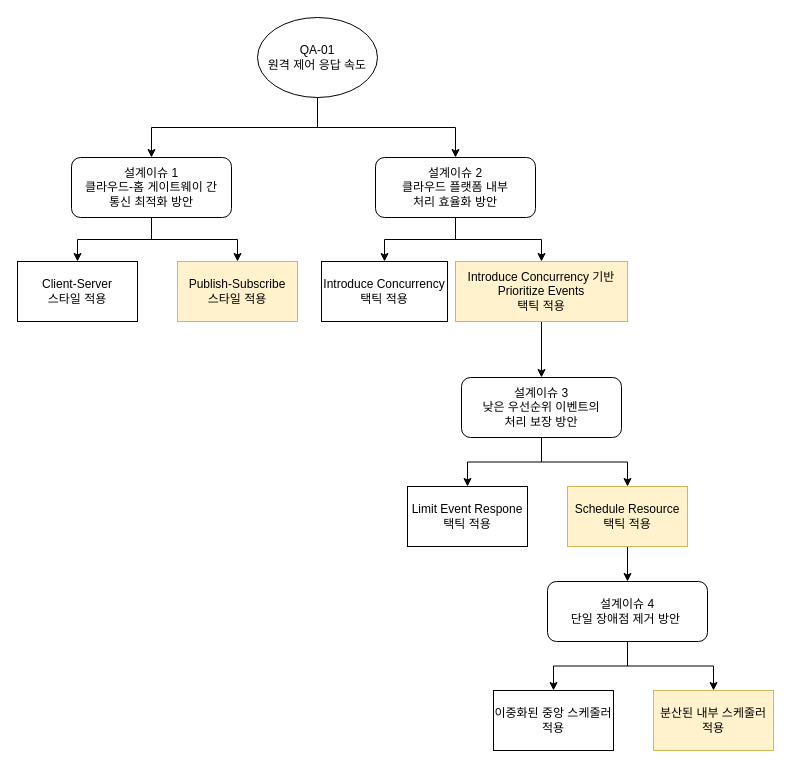
Before: page "DD-01" (1 of 4) of QualityDrivenArchitecturalDesign.drawio in GeniusHoon/AssociateArchitect, a draw.io diagram. Source tidied: cells renumbered, new cells numbered last; positions are measured from the earlier drawing's top-left corner, leaving out a move shared by most shapes. Both pictures are drawn from the tidied source at 100%, with x=0, y=0 at pixel (17, 17).
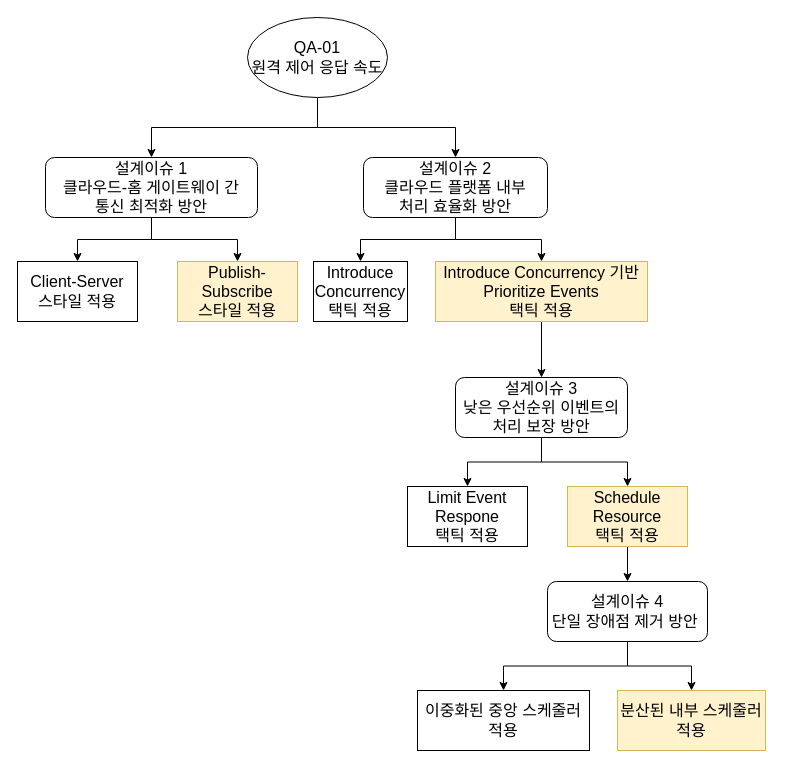
After the change.

The edit, as a diff of the source:
```diff
@@
-    <mxCell id="2" style="edgeStyle=orthogonalEdgeStyle;rounded=0;jettySize=auto;html=1;exitX=0.5;exitY=1;exitDx=0;exitDy=0;" parent="1" edge="1" source="4" target="7">
+    <mxCell id="2" style="edgeStyle=orthogonalEdgeStyle;rounded=0;jettySize=auto;html=1;exitX=0.5;exitY=1;exitDx=0;exitDy=0;fontSize=16;" parent="1" edge="1" source="4" target="7">
       <mxGeometry relative="1" as="geometry" />
     </mxCell>
-    <mxCell id="3" style="edgeStyle=orthogonalEdgeStyle;rounded=0;jettySize=auto;html=1;exitX=0.5;exitY=1;exitDx=0;exitDy=0;" parent="1" edge="1" source="4" target="12">
+    <mxCell id="3" style="edgeStyle=orthogonalEdgeStyle;rounded=0;jettySize=auto;html=1;exitX=0.5;exitY=1;exitDx=0;exitDy=0;fontSize=16;" parent="1" edge="1" source="4" target="12">
       <mxGeometry relative="1" as="geometry" />
     </mxCell>
-    <mxCell id="4" value="QA-01&lt;div&gt;원격 제어 응답 속도&lt;/div&gt;" style="ellipse;whiteSpace=wrap;html=1;align=center;verticalAlign=middle;" parent="1" vertex="1">
-      <mxGeometry x="240" width="120" height="80" as="geometry" />
+    <mxCell id="4" value="QA-01&lt;div&gt;원격 제어 응답 속도&lt;/div&gt;" style="ellipse;whiteSpace=wrap;html=1;align=center;verticalAlign=middle;fontSize=16;" parent="1" vertex="1">
+      <mxGeometry x="230" width="140" height="80" as="geometry" />
     </mxCell>
-    <mxCell id="5" style="edgeStyle=orthogonalEdgeStyle;rounded=0;jettySize=auto;html=1;exitX=0.5;exitY=1;exitDx=0;exitDy=0;entryX=0.5;entryY=0;entryDx=0;entryDy=0;" parent="1" edge="1" source="7" target="8">
+    <mxCell id="5" style="edgeStyle=orthogonalEdgeStyle;rounded=0;jettySize=auto;html=1;exitX=0.5;exitY=1;exitDx=0;exitDy=0;entryX=0.5;entryY=0;entryDx=0;entryDy=0;fontSize=16;" parent="1" edge="1" source="7" target="8">
       <mxGeometry relative="1" as="geometry" />
     </mxCell>
-    <mxCell id="6" style="edgeStyle=orthogonalEdgeStyle;rounded=0;jettySize=auto;html=1;exitX=0.5;exitY=1;exitDx=0;exitDy=0;entryX=0.5;entryY=0;entryDx=0;entryDy=0;" parent="1" edge="1" source="7" target="9">
+    <mxCell id="6" style="edgeStyle=orthogonalEdgeStyle;rounded=0;jettySize=auto;html=1;exitX=0.5;exitY=1;exitDx=0;exitDy=0;entryX=0.5;entryY=0;entryDx=0;entryDy=0;fontSize=16;" parent="1" edge="1" source="7" target="9">
       <mxGeometry relative="1" as="geometry" />
     </mxCell>
-    <mxCell id="7" value="설계이슈 1&lt;div&gt;클라우드-홈 게이트웨이&amp;nbsp;&lt;span style=&quot;background-color: transparent; color: light-dark(rgb(0, 0, 0), rgb(255, 255, 255));&quot;&gt;간&lt;/span&gt;&lt;/div&gt;&lt;div&gt;&lt;span style=&quot;background-color: transparent; color: light-dark(rgb(0, 0, 0), rgb(255, 255, 255));&quot;&gt;통신 최적화 방안&lt;/span&gt;&lt;/div&gt;" style="rounded=1;whiteSpace=wrap;html=1;" parent="1" vertex="1">
-      <mxGeometry x="54" y="140" width="160" height="60" as="geometry" />
+    <mxCell id="7" value="설계이슈 1&lt;div&gt;클라우드-홈 게이트웨이&amp;nbsp;&lt;span style=&quot;background-color: transparent; color: light-dark(rgb(0, 0, 0), rgb(255, 255, 255));&quot;&gt;간&lt;/span&gt;&lt;/div&gt;&lt;div&gt;&lt;span style=&quot;background-color: transparent; color: light-dark(rgb(0, 0, 0), rgb(255, 255, 255));&quot;&gt;통신 최적화 방안&lt;/span&gt;&lt;/div&gt;" style="rounded=1;whiteSpace=wrap;html=1;fontSize=16;" parent="1" vertex="1">
+      <mxGeometry x="28" y="140" width="212" height="60" as="geometry" />
     </mxCell>
-    <mxCell id="8" value="Client-Server&lt;div&gt;스타일 적용&lt;/div&gt;" style="rounded=0;whiteSpace=wrap;html=1;" parent="1" vertex="1">
+    <mxCell id="8" value="Client-Server&lt;div&gt;스타일 적용&lt;/div&gt;" style="rounded=0;whiteSpace=wrap;html=1;fontSize=16;" parent="1" vertex="1">
       <mxGeometry y="244" width="120" height="60" as="geometry" />
     </mxCell>
-    <mxCell id="9" value="Publish-Subscribe&lt;div&gt;스타일 적용&lt;/div&gt;" style="rounded=0;whiteSpace=wrap;html=1;fillColor=#fff2cc;strokeColor=#d6b656;" parent="1" vertex="1">
+    <mxCell id="9" value="Publish-Subscribe&lt;div&gt;스타일 적용&lt;/div&gt;" style="rounded=0;whiteSpace=wrap;html=1;fillColor=#fff2cc;strokeColor=#d6b656;fontSize=16;" parent="1" vertex="1">
       <mxGeometry x="160" y="244" width="120" height="60" as="geometry" />
     </mxCell>
-    <mxCell id="10" style="edgeStyle=orthogonalEdgeStyle;rounded=0;jettySize=auto;html=1;exitX=0.5;exitY=1;exitDx=0;exitDy=0;entryX=0.5;entryY=0;entryDx=0;entryDy=0;" parent="1" edge="1" source="12" target="13">
+    <mxCell id="10" style="edgeStyle=orthogonalEdgeStyle;rounded=0;jettySize=auto;html=1;exitX=0.5;exitY=1;exitDx=0;exitDy=0;entryX=0.5;entryY=0;entryDx=0;entryDy=0;fontSize=16;" parent="1" edge="1" source="12" target="13">
       <mxGeometry relative="1" as="geometry" />
     </mxCell>
-    <mxCell id="11" style="edgeStyle=orthogonalEdgeStyle;rounded=0;jettySize=auto;html=1;exitX=0.5;exitY=1;exitDx=0;exitDy=0;entryX=0.5;entryY=0;entryDx=0;entryDy=0;" parent="1" edge="1" source="12" target="15">
+    <mxCell id="11" style="edgeStyle=orthogonalEdgeStyle;rounded=0;jettySize=auto;html=1;exitX=0.5;exitY=1;exitDx=0;exitDy=0;entryX=0.5;entryY=0;entryDx=0;entryDy=0;fontSize=16;" parent="1" edge="1" source="12" target="15">
       <mxGeometry relative="1" as="geometry" />
     </mxCell>
-    <mxCell id="12" value="설계이슈 2&lt;div&gt;클라우드 플랫폼 내부&lt;/div&gt;&lt;div&gt;처리 효율화 방안&lt;/div&gt;" style="rounded=1;whiteSpace=wrap;html=1;" parent="1" vertex="1">
-      <mxGeometry x="358" y="140" width="160" height="60" as="geometry" />
+    <mxCell id="12" value="설계이슈 2&lt;div&gt;클라우드 플랫폼 내부&lt;/div&gt;&lt;div&gt;처리 효율화 방안&lt;/div&gt;" style="rounded=1;whiteSpace=wrap;html=1;fontSize=16;" parent="1" vertex="1">
+      <mxGeometry x="346" y="140" width="184" height="60" as="geometry" />
     </mxCell>
-    <mxCell id="13" value="Introduce Concurrency&lt;div&gt;택틱 적용&lt;/div&gt;" style="rounded=0;whiteSpace=wrap;html=1;" parent="1" vertex="1">
-      <mxGeometry x="304" y="244" width="126" height="60" as="geometry" />
+    <mxCell id="13" value="Introduce Concurrency&lt;div&gt;택틱 적용&lt;/div&gt;" style="rounded=0;whiteSpace=wrap;html=1;fontSize=16;" parent="1" vertex="1">
+      <mxGeometry x="296" y="244" width="94" height="60" as="geometry" />
     </mxCell>
-    <mxCell id="14" style="edgeStyle=orthogonalEdgeStyle;rounded=0;jettySize=auto;html=1;exitX=0.5;exitY=1;exitDx=0;exitDy=0;entryX=0.5;entryY=0;entryDx=0;entryDy=0;" parent="1" edge="1" source="15" target="18">
+    <mxCell id="14" style="edgeStyle=orthogonalEdgeStyle;rounded=0;jettySize=auto;html=1;exitX=0.5;exitY=1;exitDx=0;exitDy=0;entryX=0.5;entryY=0;entryDx=0;entryDy=0;fontSize=16;" parent="1" edge="1" source="15" target="18">
       <mxGeometry relative="1" as="geometry" />
     </mxCell>
-    <mxCell id="15" value="&lt;div&gt;Introduce Concurrency 기반&lt;/div&gt;Prioritize Events&lt;div&gt;택틱 적용&lt;/div&gt;" style="rounded=0;whiteSpace=wrap;html=1;fillColor=#fff2cc;strokeColor=#d6b656;" parent="1" vertex="1">
-      <mxGeometry x="438" y="244" width="172" height="60" as="geometry" />
+    <mxCell id="15" value="&lt;div&gt;Introduce Concurrency 기반&lt;/div&gt;Prioritize Events&lt;div&gt;택틱 적용&lt;/div&gt;" style="rounded=0;whiteSpace=wrap;html=1;fillColor=#fff2cc;strokeColor=#d6b656;fontSize=16;" parent="1" vertex="1">
+      <mxGeometry x="418" y="244" width="212" height="60" as="geometry" />
     </mxCell>
-    <mxCell id="16" style="edgeStyle=orthogonalEdgeStyle;rounded=0;jettySize=auto;html=1;exitX=0.5;exitY=1;exitDx=0;exitDy=0;entryX=0.5;entryY=0;entryDx=0;entryDy=0;" parent="1" edge="1" source="18" target="19">
+    <mxCell id="16" style="edgeStyle=orthogonalEdgeStyle;rounded=0;jettySize=auto;html=1;exitX=0.5;exitY=1;exitDx=0;exitDy=0;entryX=0.5;entryY=0;entryDx=0;entryDy=0;fontSize=16;" parent="1" edge="1" source="18" target="19">
       <mxGeometry relative="1" as="geometry" />
     </mxCell>
-    <mxCell id="17" style="edgeStyle=orthogonalEdgeStyle;rounded=0;jettySize=auto;html=1;exitX=0.5;exitY=1;exitDx=0;exitDy=0;entryX=0.5;entryY=0;entryDx=0;entryDy=0;" parent="1" edge="1" source="18" target="21">
+    <mxCell id="17" style="edgeStyle=orthogonalEdgeStyle;rounded=0;jettySize=auto;html=1;exitX=0.5;exitY=1;exitDx=0;exitDy=0;entryX=0.5;entryY=0;entryDx=0;entryDy=0;fontSize=16;" parent="1" edge="1" source="18" target="21">
       <mxGeometry relative="1" as="geometry" />
     </mxCell>
-    <mxCell id="18" value="설계이슈 3&lt;div&gt;낮은 우선순위 이벤트의&lt;/div&gt;&lt;div&gt;처리 보장 방안&lt;/div&gt;" style="rounded=1;whiteSpace=wrap;html=1;" parent="1" vertex="1">
-      <mxGeometry x="444" y="360" width="160" height="60" as="geometry" />
+    <mxCell id="18" value="설계이슈 3&lt;div&gt;낮은 우선순위 이벤트의&lt;/div&gt;&lt;div&gt;처리 보장 방안&lt;/div&gt;" style="rounded=1;whiteSpace=wrap;html=1;fontSize=16;" parent="1" vertex="1">
+      <mxGeometry x="438" y="360" width="172" height="60" as="geometry" />
     </mxCell>
-    <mxCell id="19" value="Limit Event Respone&lt;div&gt;택틱 적용&lt;/div&gt;" style="rounded=0;whiteSpace=wrap;html=1;" parent="1" vertex="1">
+    <mxCell id="19" value="Limit Event Respone&lt;div&gt;택틱 적용&lt;/div&gt;" style="rounded=0;whiteSpace=wrap;html=1;fontSize=16;" parent="1" vertex="1">
       <mxGeometry x="390" y="469" width="120" height="60" as="geometry" />
     </mxCell>
-    <mxCell id="20" style="edgeStyle=orthogonalEdgeStyle;rounded=0;jettySize=auto;html=1;exitX=0.5;exitY=1;exitDx=0;exitDy=0;entryX=0.5;entryY=0;entryDx=0;entryDy=0;" parent="1" edge="1" source="21" target="24">
+    <mxCell id="20" style="edgeStyle=orthogonalEdgeStyle;rounded=0;jettySize=auto;html=1;exitX=0.5;exitY=1;exitDx=0;exitDy=0;entryX=0.5;entryY=0;entryDx=0;entryDy=0;fontSize=16;" parent="1" edge="1" source="21" target="24">
       <mxGeometry relative="1" as="geometry" />
     </mxCell>
-    <mxCell id="21" value="Schedule Resource&lt;div&gt;택틱 적용&lt;/div&gt;" style="rounded=0;whiteSpace=wrap;html=1;fillColor=#fff2cc;strokeColor=#d6b656;" parent="1" vertex="1">
+    <mxCell id="21" value="Schedule Resource&lt;div&gt;택틱 적용&lt;/div&gt;" style="rounded=0;whiteSpace=wrap;html=1;fillColor=#fff2cc;strokeColor=#d6b656;fontSize=16;" parent="1" vertex="1">
       <mxGeometry x="550" y="469" width="120" height="60" as="geometry" />
     </mxCell>
-    <mxCell id="22" style="edgeStyle=orthogonalEdgeStyle;rounded=0;jettySize=auto;html=1;exitX=0.5;exitY=1;exitDx=0;exitDy=0;entryX=0.5;entryY=0;entryDx=0;entryDy=0;" parent="1" edge="1" source="24" target="25">
+    <mxCell id="22" style="edgeStyle=orthogonalEdgeStyle;rounded=0;jettySize=auto;html=1;exitX=0.5;exitY=1;exitDx=0;exitDy=0;entryX=0.5;entryY=0;entryDx=0;entryDy=0;fontSize=16;" parent="1" edge="1" source="24" target="25">
       <mxGeometry relative="1" as="geometry" />
     </mxCell>
-    <mxCell id="23" style="edgeStyle=orthogonalEdgeStyle;rounded=0;jettySize=auto;html=1;exitX=0.5;exitY=1;exitDx=0;exitDy=0;entryX=0.5;entryY=0;entryDx=0;entryDy=0;" parent="1" edge="1" source="24" target="26">
+    <mxCell id="23" style="edgeStyle=orthogonalEdgeStyle;rounded=0;jettySize=auto;html=1;exitX=0.5;exitY=1;exitDx=0;exitDy=0;entryX=0.5;entryY=0;entryDx=0;entryDy=0;fontSize=16;" parent="1" edge="1" source="24" target="26">
       <mxGeometry relative="1" as="geometry" />
     </mxCell>
-    <mxCell id="24" value="설계이슈 4&lt;div&gt;단일 장애점 제거 방안&amp;nbsp;&lt;/div&gt;" style="rounded=1;whiteSpace=wrap;html=1;" parent="1" vertex="1">
+    <mxCell id="24" value="설계이슈 4&lt;div&gt;단일 장애점 제거 방안&amp;nbsp;&lt;/div&gt;" style="rounded=1;whiteSpace=wrap;html=1;fontSize=16;" parent="1" vertex="1">
       <mxGeometry x="530" y="564" width="160" height="60" as="geometry" />
     </mxCell>
-    <mxCell id="25" value="이중화된 중앙 스케줄러&lt;div&gt;적용&lt;/div&gt;" style="rounded=0;whiteSpace=wrap;html=1;" parent="1" vertex="1">
-      <mxGeometry x="476" y="673" width="120" height="60" as="geometry" />
+    <mxCell id="25" value="이중화된 중앙 스케줄러&lt;div&gt;적용&lt;/div&gt;" style="rounded=0;whiteSpace=wrap;html=1;fontSize=16;" parent="1" vertex="1">
+      <mxGeometry x="400" y="673" width="172" height="60" as="geometry" />
     </mxCell>
-    <mxCell id="26" value="분산된 내부 스케줄러&lt;div&gt;적용&lt;/div&gt;" style="rounded=0;whiteSpace=wrap;html=1;fillColor=#fff2cc;strokeColor=#d6b656;" parent="1" vertex="1">
-      <mxGeometry x="636" y="673" width="120" height="60" as="geometry" />
+    <mxCell id="26" value="분산된 내부 스케줄러&lt;div&gt;적용&lt;/div&gt;" style="rounded=0;whiteSpace=wrap;html=1;fillColor=#fff2cc;strokeColor=#d6b656;fontSize=16;" parent="1" vertex="1">
+      <mxGeometry x="600" y="673" width="148" height="60" as="geometry" />
     </mxCell>
```
